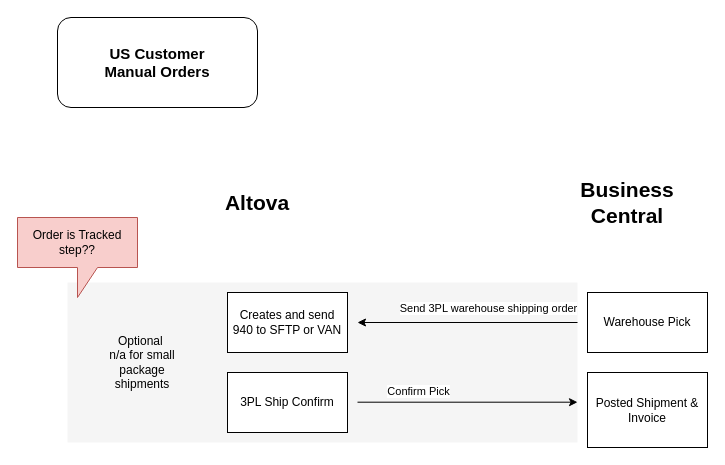
LukaszJessa/diagrams keeps this draw.io diagram as page "US Customer Manual Orders" (2 of 3) of SCC_EDI_API.drawio. Above is the earlier version. Source tidied: cells renumbered, new cells numbered last; positions are measured from the earlier drawing's top-left corner, leaving out a move shared by most shapes. Both pictures are drawn from the tidied source at 100%, with x=0, y=0 at pixel (17, 17).
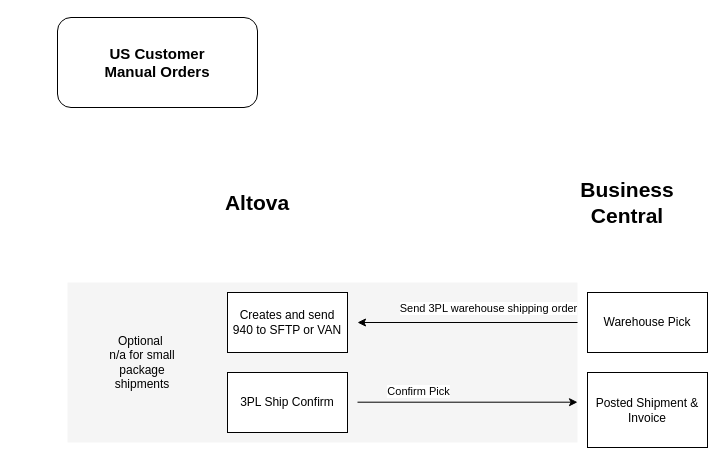
The same diagram, later.

What changed in the source:
```diff
@@
 <mxGraphModel>
   <root>
     <mxCell id="0" />
     <mxCell id="1" parent="0" />
     <mxCell id="2" value="Altova" style="text;html=1;strokeColor=none;fillColor=none;align=center;verticalAlign=middle;whiteSpace=wrap;rounded=0;fontSize=21;fontStyle=1;" parent="1" vertex="1">
       <mxGeometry x="210" y="170" width="60" height="30" as="geometry" />
     </mxCell>
     <mxCell id="3" value="Business Central" style="text;html=1;strokeColor=none;fillColor=none;align=center;verticalAlign=middle;whiteSpace=wrap;rounded=0;fontSize=21;fontStyle=1;" parent="1" vertex="1">
       <mxGeometry x="580" y="170" width="60" height="30" as="geometry" />
     </mxCell>
     <mxCell id="4" value="&lt;b&gt;&lt;font style=&quot;font-size: 15px;&quot;&gt;US Customer &lt;br&gt;Manual Orders&lt;/font&gt;&lt;/b&gt;" style="rounded=1;whiteSpace=wrap;html=1;" parent="1" vertex="1">
       <mxGeometry x="40" width="200" height="90" as="geometry" />
     </mxCell>
     <mxCell id="5" style="rounded=0;whiteSpace=wrap;html=1;fillColor=#f5f5f5;fontColor=#333333;strokeColor=none;" parent="1" vertex="1">
       <mxGeometry x="50" y="265" width="510" height="160" as="geometry" />
     </mxCell>
     <mxCell id="6" style="endArrow=classic;html=1;rounded=0;" parent="1" edge="1">
       <mxGeometry relative="1" as="geometry">
         <mxPoint x="560" y="305" as="sourcePoint" />
         <mxPoint x="340" y="305" as="targetPoint" />
       </mxGeometry>
     </mxCell>
     <mxCell id="7" value="Send 3PL warehouse shipping order" style="edgeLabel;html=1;align=center;verticalAlign=middle;" parent="6" vertex="1">
       <mxGeometry x="-0.24" y="-2" relative="1" as="geometry">
         <mxPoint x="-6" y="-13" as="offset" />
       </mxGeometry>
     </mxCell>
     <mxCell id="8" value="Creates and send 940 to SFTP or VAN" style="rounded=0;whiteSpace=wrap;html=1;" parent="1" vertex="1">
       <mxGeometry x="210" y="275" width="120" height="60" as="geometry" />
     </mxCell>
     <mxCell id="9" value="Warehouse Pick" style="rounded=0;whiteSpace=wrap;html=1;" parent="1" vertex="1">
       <mxGeometry x="570" y="275" width="120" height="60" as="geometry" />
     </mxCell>
     <mxCell id="10" value="3PL Ship Confirm" style="rounded=0;whiteSpace=wrap;html=1;" parent="1" vertex="1">
       <mxGeometry x="210" y="355" width="120" height="60" as="geometry" />
     </mxCell>
     <mxCell id="11" value="Posted Shipment &amp;amp; Invoice" style="rounded=0;whiteSpace=wrap;html=1;" parent="1" vertex="1">
       <mxGeometry x="570" y="355" width="120" height="75" as="geometry" />
     </mxCell>
     <mxCell id="12" style="endArrow=classic;html=1;rounded=0;" parent="1" edge="1">
       <mxGeometry relative="1" as="geometry">
         <mxPoint x="340" y="384.7" as="sourcePoint" />
         <mxPoint x="560" y="384.7" as="targetPoint" />
       </mxGeometry>
     </mxCell>
     <mxCell id="13" value="Confirm Pick" style="edgeLabel;html=1;align=center;verticalAlign=middle;" parent="12" vertex="1">
       <mxGeometry x="-0.24" y="-2" relative="1" as="geometry">
         <mxPoint x="-24" y="-13" as="offset" />
       </mxGeometry>
     </mxCell>
     <mxCell id="14" value="Optional&amp;nbsp;&lt;br&gt;n/a for small package shipments" style="text;html=1;strokeColor=none;fillColor=none;align=center;verticalAlign=middle;whiteSpace=wrap;rounded=0;" parent="1" vertex="1">
       <mxGeometry x="80" y="300" width="90" height="90" as="geometry" />
     </mxCell>
-    <mxCell id="15" value="Order is Tracked step??" style="shape=callout;whiteSpace=wrap;html=1;perimeter=calloutPerimeter;fillColor=#f8cecc;strokeColor=#b85450;" parent="1" vertex="1">
-      <mxGeometry y="200" width="120" height="80" as="geometry" />
-    </mxCell>
   </root>
 </mxGraphModel>
```
